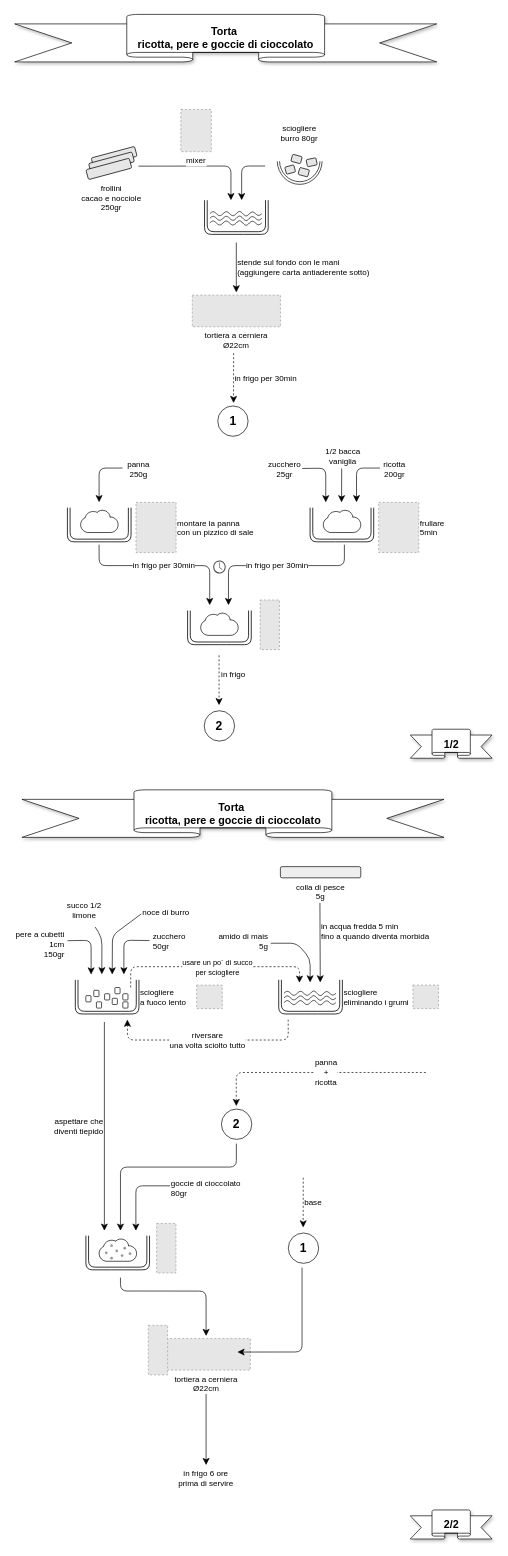
Before: torta-ricotta-pere-cioccolato.drawio in nicolgit/drawio-cooking-shapes, a draw.io diagram. Source tidied: cells renumbered, new cells numbered last; positions are measured from the earlier drawing's top-left corner, leaving out a move shared by most shapes. Both pictures are drawn from the tidied source at 67%, with x=0, y=0 at pixel (14, 14). Pictures stored in the file or linked from it are replaced by grey dashed boxes.
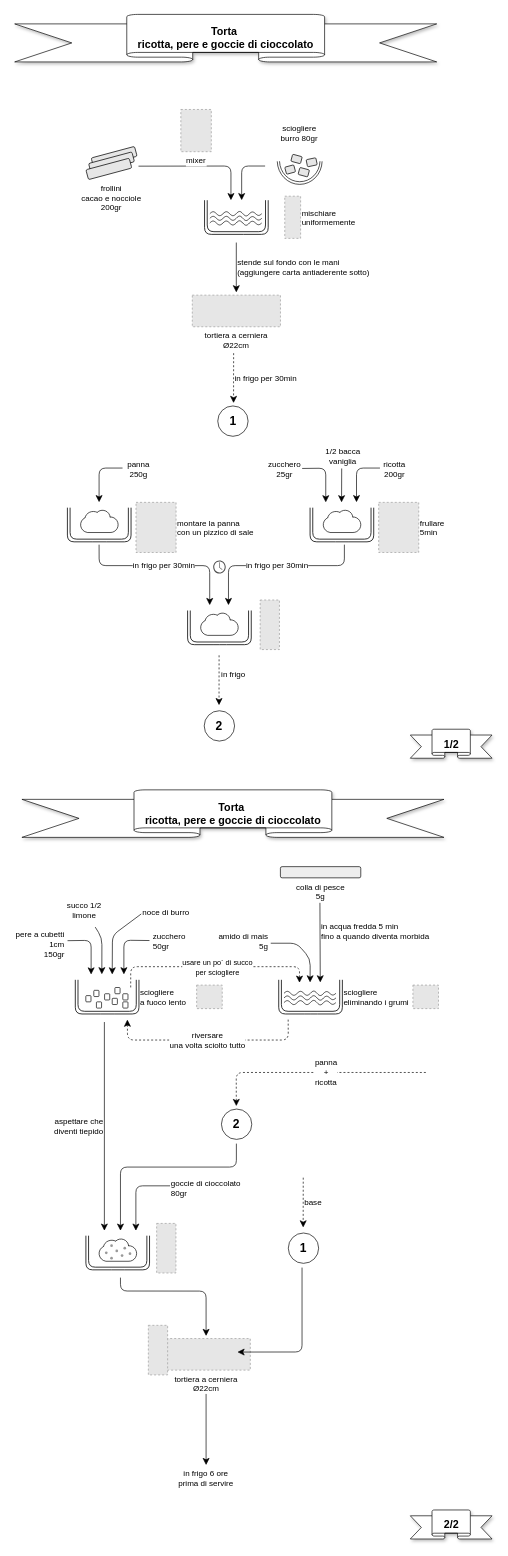
Above is the later version.

Commit message:
update pere e cioccolato

The edit, as a diff of the source:
```diff
@@
-    <mxCell id="32" value="frollini&#10;cacao e nocciole&#10;250gr" style="group;labelPosition=center;verticalLabelPosition=bottom;align=center;verticalAlign=top;" parent="1" vertex="1">
+    <mxCell id="32" value="frollini&#10;cacao e nocciole&#10;200gr" style="group;labelPosition=center;verticalLabelPosition=bottom;align=center;verticalAlign=top;" parent="1" vertex="1">
       <mxGeometry x="106.7" y="197" width="76.4" height="49.6" as="geometry" />
     </mxCell>
@@
+    <mxCell id="173" value="mischiare &#10;uniformemente" style="fillColor=#E6E6E6;strokeColor=#999999;dashed=1;verticalLabelPosition=middle;labelBackgroundColor=default;verticalAlign=middle;labelPosition=right;align=left;" parent="1" vertex="1">
+      <mxGeometry x="403.5" y="271.3" width="23.7" height="63" as="geometry" />
+    </mxCell>
```
